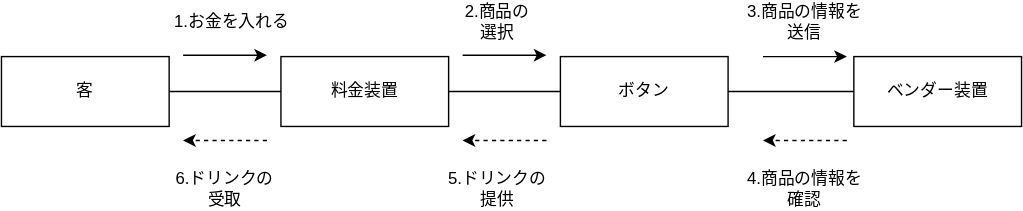
The draw.io diagram 演習6-4-4_コミュニケーション図_自動販売機.drawio.svg in YumaSatou/uml-introduction, before a commit. Source tidied: cells renumbered, new cells last; positions are measured from the earlier drawing's top-left corner, leaving out a move shared by most shapes.
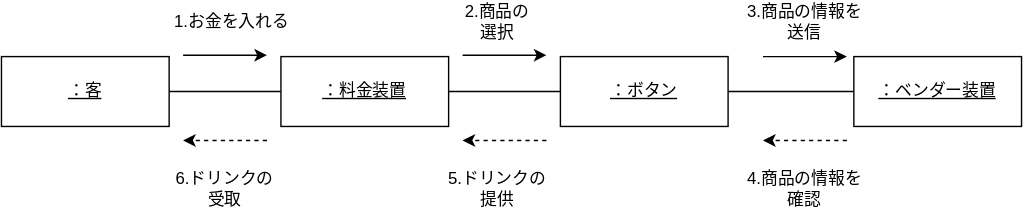
Above is the later version.

Change to the diagram source:
```diff
@@ -5,19 +5,19 @@
     <mxCell id="2" style="edgeStyle=none;html=1;endArrow=none;endFill=0;" parent="1" edge="1" source="3" target="5">
       <mxGeometry relative="1" as="geometry" />
     </mxCell>
-    <mxCell id="3" value="客" style="rounded=0;whiteSpace=wrap;html=1;" parent="1" vertex="1">
+    <mxCell id="3" value="&lt;u&gt;：客&lt;/u&gt;" style="rounded=0;whiteSpace=wrap;html=1;" parent="1" vertex="1">
       <mxGeometry y="40" width="120" height="50" as="geometry" />
     </mxCell>
     <mxCell id="4" style="edgeStyle=none;html=1;endArrow=none;endFill=0;" parent="1" edge="1" source="5" target="7">
       <mxGeometry relative="1" as="geometry" />
     </mxCell>
-    <mxCell id="5" value="料金装置" style="rounded=0;whiteSpace=wrap;html=1;" parent="1" vertex="1">
+    <mxCell id="5" value="&lt;u&gt;：料金装置&lt;/u&gt;" style="rounded=0;whiteSpace=wrap;html=1;" parent="1" vertex="1">
       <mxGeometry x="200" y="40" width="120" height="50" as="geometry" />
     </mxCell>
     <mxCell id="6" style="edgeStyle=none;html=1;endArrow=none;endFill=0;" parent="1" edge="1" source="7" target="16">
       <mxGeometry relative="1" as="geometry" />
     </mxCell>
-    <mxCell id="7" value="ボタン" style="rounded=0;whiteSpace=wrap;html=1;" parent="1" vertex="1">
+    <mxCell id="7" value="&lt;u&gt;：ボタン&lt;/u&gt;" style="rounded=0;whiteSpace=wrap;html=1;" parent="1" vertex="1">
       <mxGeometry x="400" y="40" width="120" height="50" as="geometry" />
     </mxCell>
     <mxCell id="8" style="endArrow=classic;html=1;" parent="1" edge="1">
@@ -56,7 +56,7 @@
     <mxCell id="15" value="6.ドリンクの受取" style="text;html=1;strokeColor=none;fillColor=none;align=center;verticalAlign=middle;whiteSpace=wrap;rounded=0;" parent="1" vertex="1">
       <mxGeometry x="120" y="120" width="80" height="30" as="geometry" />
     </mxCell>
-    <mxCell id="16" value="ベンダー装置" style="rounded=0;whiteSpace=wrap;html=1;" parent="1" vertex="1">
+    <mxCell id="16" value="&lt;u&gt;：ベンダー装置&lt;/u&gt;" style="rounded=0;whiteSpace=wrap;html=1;" parent="1" vertex="1">
       <mxGeometry x="610" y="40" width="120" height="50" as="geometry" />
     </mxCell>
     <mxCell id="17" style="endArrow=classic;html=1;" parent="1" edge="1">
```
